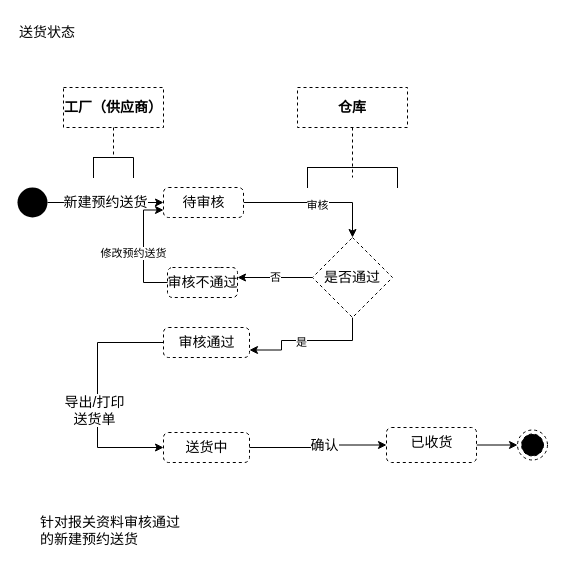
The draw.io diagram page "预约送货状态" (6 of 6) of shrine-doc/进区预约系统.drawio in easefulfil/CLOUDCARE, before the edit. Source tidied: cells renumbered, new cells numbered last; positions are measured from the earlier drawing's top-left corner, leaving out a move shared by most shapes. Both pictures are drawn from the tidied source at 100%, with x=0, y=0 at pixel (17, 17).
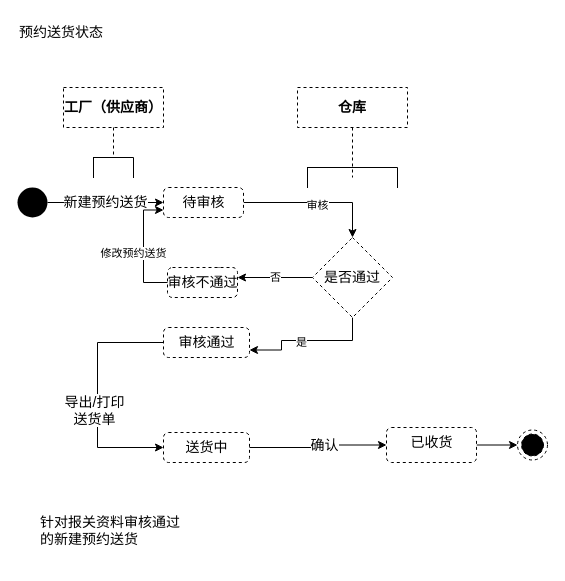
Above is the later version.

Change to the diagram source:
```diff
@@
-    <mxCell id="27" value="&lt;span style=&quot;color: rgb(0 , 0 , 0) ; font-family: &amp;#34;helvetica&amp;#34; ; font-size: 14px ; font-style: normal ; font-weight: 400 ; letter-spacing: normal ; text-align: center ; text-indent: 0px ; text-transform: none ; word-spacing: 0px ; background-color: rgb(255 , 255 , 255) ; display: inline ; float: none&quot;&gt;送货状态&lt;/span&gt;" style="text;whiteSpace=wrap;html=1;" parent="1" vertex="1">
+    <mxCell id="27" value="&lt;span style=&quot;color: rgb(0 , 0 , 0) ; font-family: &amp;#34;helvetica&amp;#34; ; font-size: 14px ; font-style: normal ; font-weight: 400 ; letter-spacing: normal ; text-align: center ; text-indent: 0px ; text-transform: none ; word-spacing: 0px ; background-color: rgb(255 , 255 , 255) ; display: inline ; float: none&quot;&gt;预约送货状态&lt;/span&gt;" style="text;whiteSpace=wrap;html=1;" parent="1" vertex="1">
       <mxGeometry width="150" height="30" as="geometry" />
     </mxCell>
```
